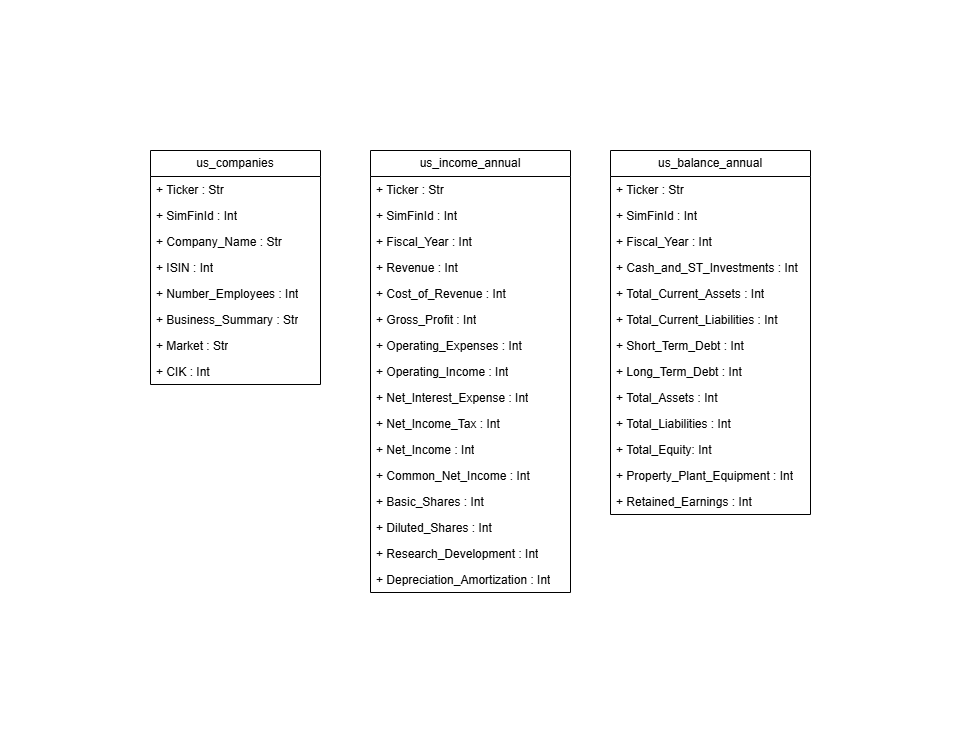
The draw.io diagram utils/schema.png in DavidRosario26387/Stock_API, before a commit. Source tidied: cells renumbered, new cells last; positions are measured from the earlier drawing's top-left corner, leaving out a move shared by most shapes.
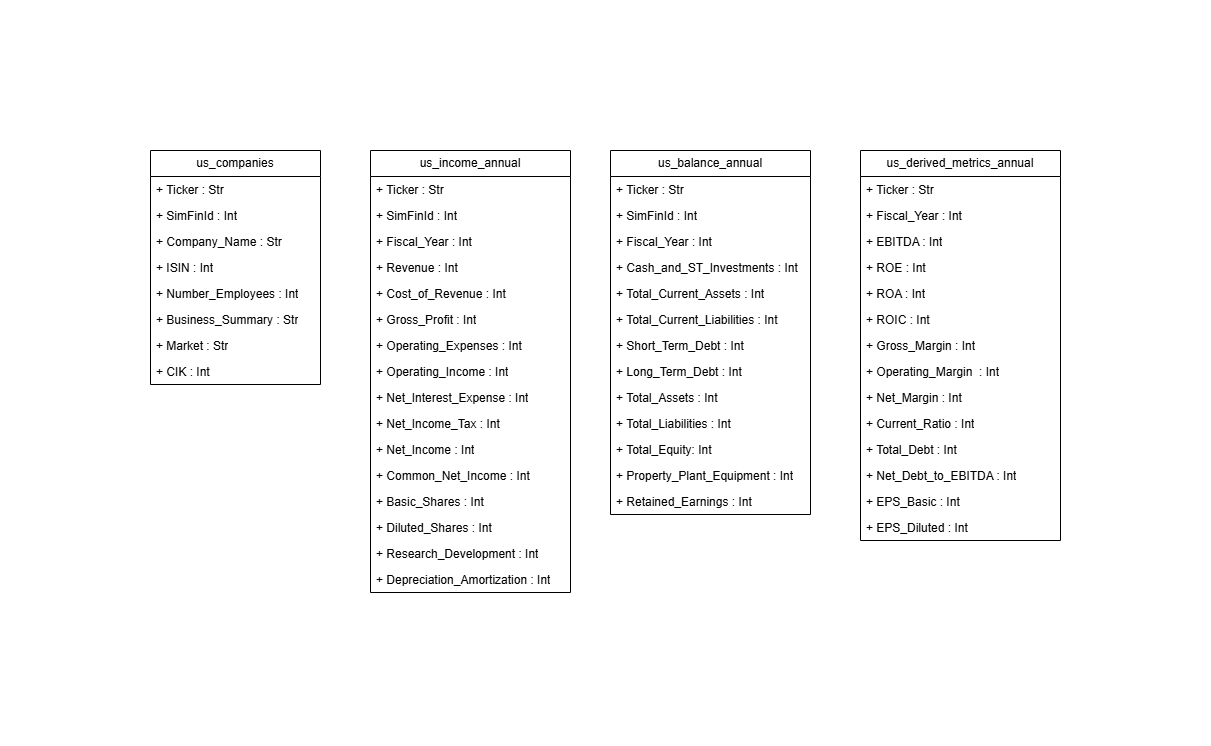
After the change.

Commit message:
added derived metrics

Diff of the diagram source:
```diff
@@ -122,5 +122,50 @@
     <mxCell id="41" value="+&amp;nbsp;Retained_Earnings : Int" style="text;strokeColor=none;fillColor=none;align=left;verticalAlign=top;spacingLeft=4;spacingRight=4;overflow=hidden;whiteSpace=wrap;html=1;" parent="28" vertex="1">
       <mxGeometry y="338" width="200" height="26" as="geometry" />
     </mxCell>
+    <mxCell id="42" value="us_derived_metrics_annual" style="swimlane;fontStyle=0;horizontal=1;startSize=26;fillColor=none;whiteSpace=wrap;html=1;" parent="1" vertex="1">
+      <mxGeometry x="710" width="200" height="390" as="geometry" />
+    </mxCell>
+    <mxCell id="43" value="+ Ticker : Str" style="text;strokeColor=none;fillColor=none;align=left;verticalAlign=top;spacingLeft=4;spacingRight=4;overflow=hidden;whiteSpace=wrap;html=1;" parent="42" vertex="1">
+      <mxGeometry y="26" width="200" height="26" as="geometry" />
+    </mxCell>
+    <mxCell id="44" value="+ Fiscal_Year : Int" style="text;strokeColor=none;fillColor=none;align=left;verticalAlign=top;spacingLeft=4;spacingRight=4;overflow=hidden;whiteSpace=wrap;html=1;" parent="42" vertex="1">
+      <mxGeometry y="52" width="200" height="26" as="geometry" />
+    </mxCell>
+    <mxCell id="45" value="+ EBITDA : Int" style="text;strokeColor=none;fillColor=none;align=left;verticalAlign=top;spacingLeft=4;spacingRight=4;overflow=hidden;whiteSpace=wrap;html=1;" parent="42" vertex="1">
+      <mxGeometry y="78" width="200" height="26" as="geometry" />
+    </mxCell>
+    <mxCell id="46" value="+ ROE : Int" style="text;strokeColor=none;fillColor=none;align=left;verticalAlign=top;spacingLeft=4;spacingRight=4;overflow=hidden;whiteSpace=wrap;html=1;" parent="42" vertex="1">
+      <mxGeometry y="104" width="200" height="26" as="geometry" />
+    </mxCell>
+    <mxCell id="47" value="+ ROA : Int" style="text;strokeColor=none;fillColor=none;align=left;verticalAlign=top;spacingLeft=4;spacingRight=4;overflow=hidden;whiteSpace=wrap;html=1;" parent="42" vertex="1">
+      <mxGeometry y="130" width="200" height="26" as="geometry" />
+    </mxCell>
+    <mxCell id="48" value="+ ROIC : Int" style="text;strokeColor=none;fillColor=none;align=left;verticalAlign=top;spacingLeft=4;spacingRight=4;overflow=hidden;whiteSpace=wrap;html=1;" parent="42" vertex="1">
+      <mxGeometry y="156" width="200" height="26" as="geometry" />
+    </mxCell>
+    <mxCell id="49" value="+ Gross_Margin : Int" style="text;strokeColor=none;fillColor=none;align=left;verticalAlign=top;spacingLeft=4;spacingRight=4;overflow=hidden;whiteSpace=wrap;html=1;" parent="42" vertex="1">
+      <mxGeometry y="182" width="200" height="26" as="geometry" />
+    </mxCell>
+    <mxCell id="50" value="+&amp;nbsp;Operating_Margin&amp;nbsp; : Int" style="text;strokeColor=none;fillColor=none;align=left;verticalAlign=top;spacingLeft=4;spacingRight=4;overflow=hidden;whiteSpace=wrap;html=1;" parent="42" vertex="1">
+      <mxGeometry y="208" width="200" height="26" as="geometry" />
+    </mxCell>
+    <mxCell id="51" value="+&amp;nbsp;Net_Margin : Int" style="text;strokeColor=none;fillColor=none;align=left;verticalAlign=top;spacingLeft=4;spacingRight=4;overflow=hidden;whiteSpace=wrap;html=1;" parent="42" vertex="1">
+      <mxGeometry y="234" width="200" height="26" as="geometry" />
+    </mxCell>
+    <mxCell id="52" value="+&amp;nbsp;Current_Ratio : Int" style="text;strokeColor=none;fillColor=none;align=left;verticalAlign=top;spacingLeft=4;spacingRight=4;overflow=hidden;whiteSpace=wrap;html=1;" parent="42" vertex="1">
+      <mxGeometry y="260" width="200" height="26" as="geometry" />
+    </mxCell>
+    <mxCell id="53" value="+&amp;nbsp;Total_Debt : Int" style="text;strokeColor=none;fillColor=none;align=left;verticalAlign=top;spacingLeft=4;spacingRight=4;overflow=hidden;whiteSpace=wrap;html=1;" parent="42" vertex="1">
+      <mxGeometry y="286" width="200" height="26" as="geometry" />
+    </mxCell>
+    <mxCell id="54" value="+&amp;nbsp;Net_Debt_to_EBITDA : Int" style="text;strokeColor=none;fillColor=none;align=left;verticalAlign=top;spacingLeft=4;spacingRight=4;overflow=hidden;whiteSpace=wrap;html=1;" parent="42" vertex="1">
+      <mxGeometry y="312" width="200" height="26" as="geometry" />
+    </mxCell>
+    <mxCell id="55" value="+&amp;nbsp;EPS_Basic : Int" style="text;strokeColor=none;fillColor=none;align=left;verticalAlign=top;spacingLeft=4;spacingRight=4;overflow=hidden;whiteSpace=wrap;html=1;" parent="42" vertex="1">
+      <mxGeometry y="338" width="200" height="26" as="geometry" />
+    </mxCell>
+    <mxCell id="56" value="+&amp;nbsp;EPS_Diluted : Int&amp;nbsp;" style="text;strokeColor=none;fillColor=none;align=left;verticalAlign=top;spacingLeft=4;spacingRight=4;overflow=hidden;whiteSpace=wrap;html=1;" parent="42" vertex="1">
+      <mxGeometry y="364" width="200" height="26" as="geometry" />
+    </mxCell>
   </root>
 </mxGraphModel>
```
